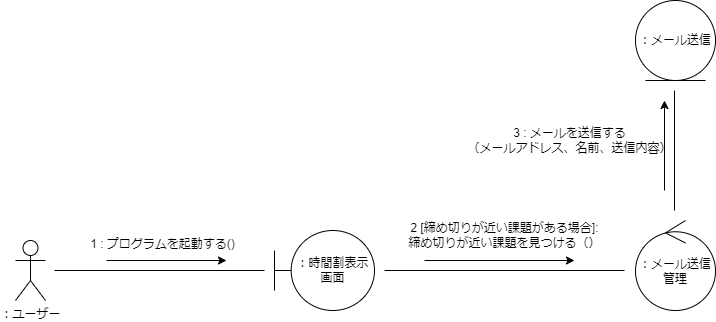
The draw.io diagram 構造図/コミュニケーション図/コミュニケーション図＿メール送信.drawio.png in masaki1234567/psp4, before a commit. Source tidied: cells renumbered, new cells last; positions are measured from the earlier drawing's top-left corner, leaving out a move shared by most shapes. The source it was exported from:
```xml
<mxGraphModel>
  <root>
    <mxCell id="0" />
    <mxCell id="1" parent="0" />
    <mxCell id="2" value="：ユーザー" style="shape=umlActor;verticalLabelPosition=bottom;verticalAlign=top;html=1;" parent="1" vertex="1">
      <mxGeometry y="240" width="30" height="60" as="geometry" />
    </mxCell>
    <mxCell id="3" value="：時間割表示画面" style="shape=umlBoundary;whiteSpace=wrap;html=1;" parent="1" vertex="1">
      <mxGeometry x="259" y="230" width="100" height="80" as="geometry" />
    </mxCell>
    <mxCell id="4" style="endArrow=none;html=1;endFill=0;" parent="1" edge="1">
      <mxGeometry relative="1" as="geometry">
        <mxPoint x="39" y="270" as="sourcePoint" />
        <mxPoint x="249" y="270" as="targetPoint" />
      </mxGeometry>
    </mxCell>
    <mxCell id="5" value="：メール送信管理" style="ellipse;shape=umlControl;whiteSpace=wrap;html=1;" parent="1" vertex="1">
      <mxGeometry x="620" y="220" width="80" height="90" as="geometry" />
    </mxCell>
    <mxCell id="6" style="endArrow=classic;html=1;" parent="1" edge="1">
      <mxGeometry relative="1" as="geometry">
        <mxPoint x="91" y="260" as="sourcePoint" />
        <mxPoint x="211" y="260" as="targetPoint" />
      </mxGeometry>
    </mxCell>
    <mxCell id="7" value="1 : プログラムを起動する()" style="text;html=1;align=center;verticalAlign=middle;strokeColor=none;fillColor=none;" parent="1" vertex="1">
      <mxGeometry x="62" y="229" width="170" height="30" as="geometry" />
    </mxCell>
    <mxCell id="8" style="endArrow=none;html=1;endFill=0;" parent="1" edge="1">
      <mxGeometry relative="1" as="geometry">
        <mxPoint x="369" y="270" as="sourcePoint" />
        <mxPoint x="609" y="270" as="targetPoint" />
      </mxGeometry>
    </mxCell>
    <mxCell id="9" style="endArrow=classic;html=1;" parent="1" edge="1">
      <mxGeometry relative="1" as="geometry">
        <mxPoint x="409" y="260" as="sourcePoint" />
        <mxPoint x="559" y="260" as="targetPoint" />
      </mxGeometry>
    </mxCell>
    <mxCell id="10" value="2 [締め切りが近い課題がある場合]:&lt;br&gt;締め切りが近い課題を見つける（）" style="text;html=1;align=center;verticalAlign=middle;strokeColor=none;fillColor=none;" parent="1" vertex="1">
      <mxGeometry x="379" y="215" width="220" height="40" as="geometry" />
    </mxCell>
    <mxCell id="11" value="：メール送信" style="ellipse;shape=umlEntity;whiteSpace=wrap;html=1;" parent="1" vertex="1">
      <mxGeometry x="620" width="80" height="80" as="geometry" />
    </mxCell>
    <mxCell id="12" style="endArrow=none;html=1;endFill=0;" parent="1" edge="1">
      <mxGeometry relative="1" as="geometry">
        <mxPoint x="659" y="210" as="sourcePoint" />
        <mxPoint x="659" y="90" as="targetPoint" />
      </mxGeometry>
    </mxCell>
    <mxCell id="13" value="3 : メールを送信する&lt;br&gt;（メールアドレス、名前、送信内容）" style="text;html=1;align=center;verticalAlign=middle;strokeColor=none;fillColor=none;" parent="1" vertex="1">
      <mxGeometry x="439" y="120" width="230" height="40" as="geometry" />
    </mxCell>
    <mxCell id="14" style="endArrow=classic;html=1;" parent="1" edge="1">
      <mxGeometry relative="1" as="geometry">
        <mxPoint x="649" y="190" as="sourcePoint" />
        <mxPoint x="649" y="100" as="targetPoint" />
      </mxGeometry>
    </mxCell>
  </root>
</mxGraphModel>
```
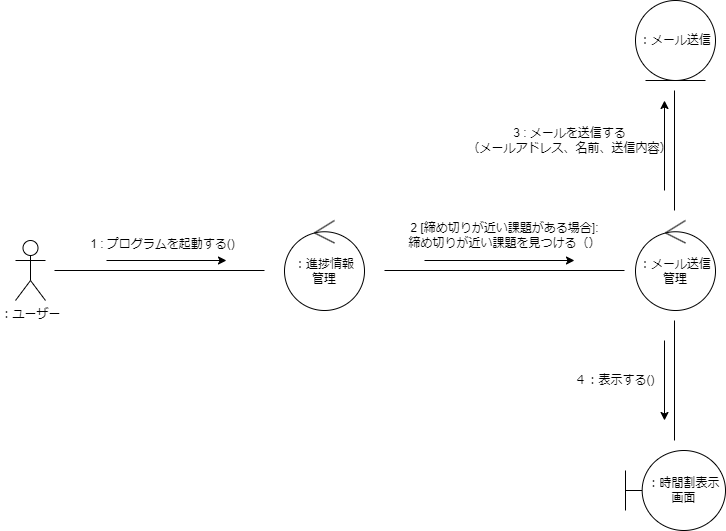
The same diagram one commit later.

What changed in the source:
```diff
@@ -6,7 +6,7 @@
       <mxGeometry y="240" width="30" height="60" as="geometry" />
     </mxCell>
     <mxCell id="3" value="：時間割表示画面" style="shape=umlBoundary;whiteSpace=wrap;html=1;" parent="1" vertex="1">
-      <mxGeometry x="259" y="230" width="100" height="80" as="geometry" />
+      <mxGeometry x="610" y="450" width="100" height="80" as="geometry" />
     </mxCell>
     <mxCell id="4" style="endArrow=none;html=1;endFill=0;" parent="1" edge="1">
       <mxGeometry relative="1" as="geometry">
@@ -59,5 +59,23 @@
         <mxPoint x="649" y="100" as="targetPoint" />
       </mxGeometry>
     </mxCell>
+    <mxCell id="15" value="：進捗情報&lt;br&gt;管理" style="ellipse;shape=umlControl;whiteSpace=wrap;html=1;" parent="1" vertex="1">
+      <mxGeometry x="269" y="220" width="80" height="90" as="geometry" />
+    </mxCell>
+    <mxCell id="16" style="endArrow=none;html=1;endFill=0;" parent="1" edge="1">
+      <mxGeometry relative="1" as="geometry">
+        <mxPoint x="659" y="440" as="sourcePoint" />
+        <mxPoint x="659" y="320" as="targetPoint" />
+      </mxGeometry>
+    </mxCell>
+    <mxCell id="17" style="endArrow=classic;html=1;" parent="1" edge="1">
+      <mxGeometry relative="1" as="geometry">
+        <mxPoint x="649" y="340" as="sourcePoint" />
+        <mxPoint x="649" y="420" as="targetPoint" />
+      </mxGeometry>
+    </mxCell>
+    <mxCell id="18" value="４：表示する()" style="text;html=1;align=center;verticalAlign=middle;strokeColor=none;fillColor=none;" parent="1" vertex="1">
+      <mxGeometry x="549" y="365" width="100" height="30" as="geometry" />
+    </mxCell>
   </root>
 </mxGraphModel>
```
